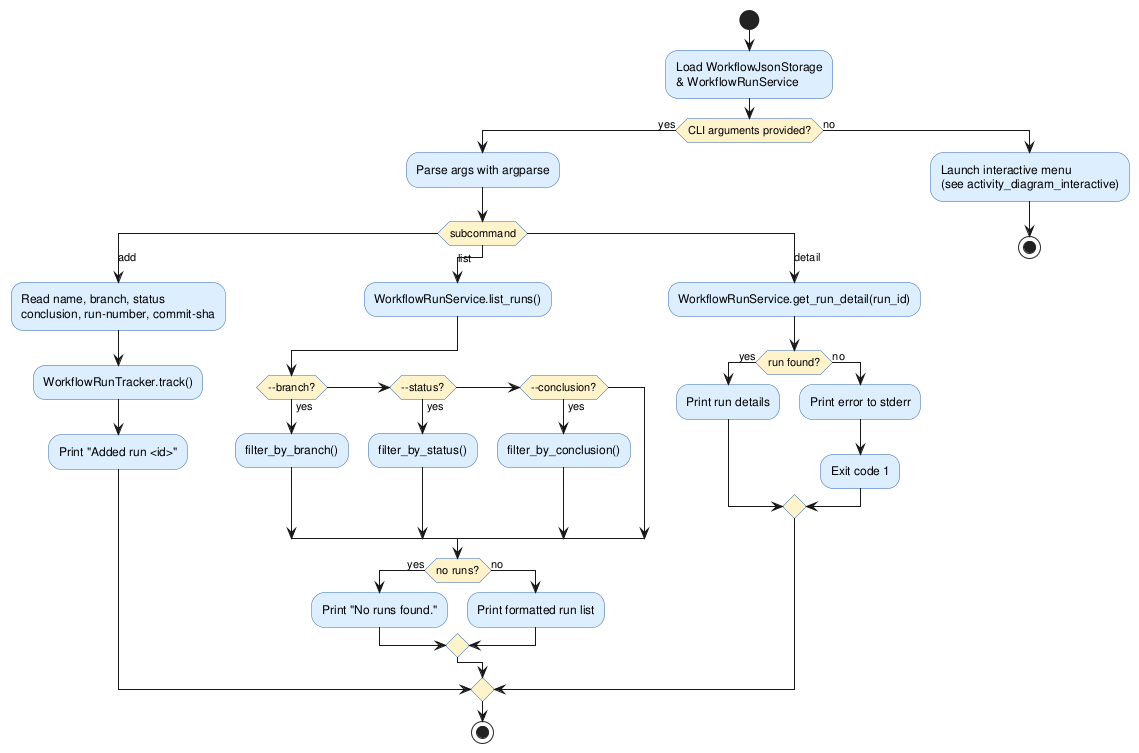
The PlantUML diagram experiments/pipeline/test_driven/github-workflow-manager/artifacts/activity_diagram_main.png in DanielRiha8906/Software_autoevolution_using_agents, before a commit.
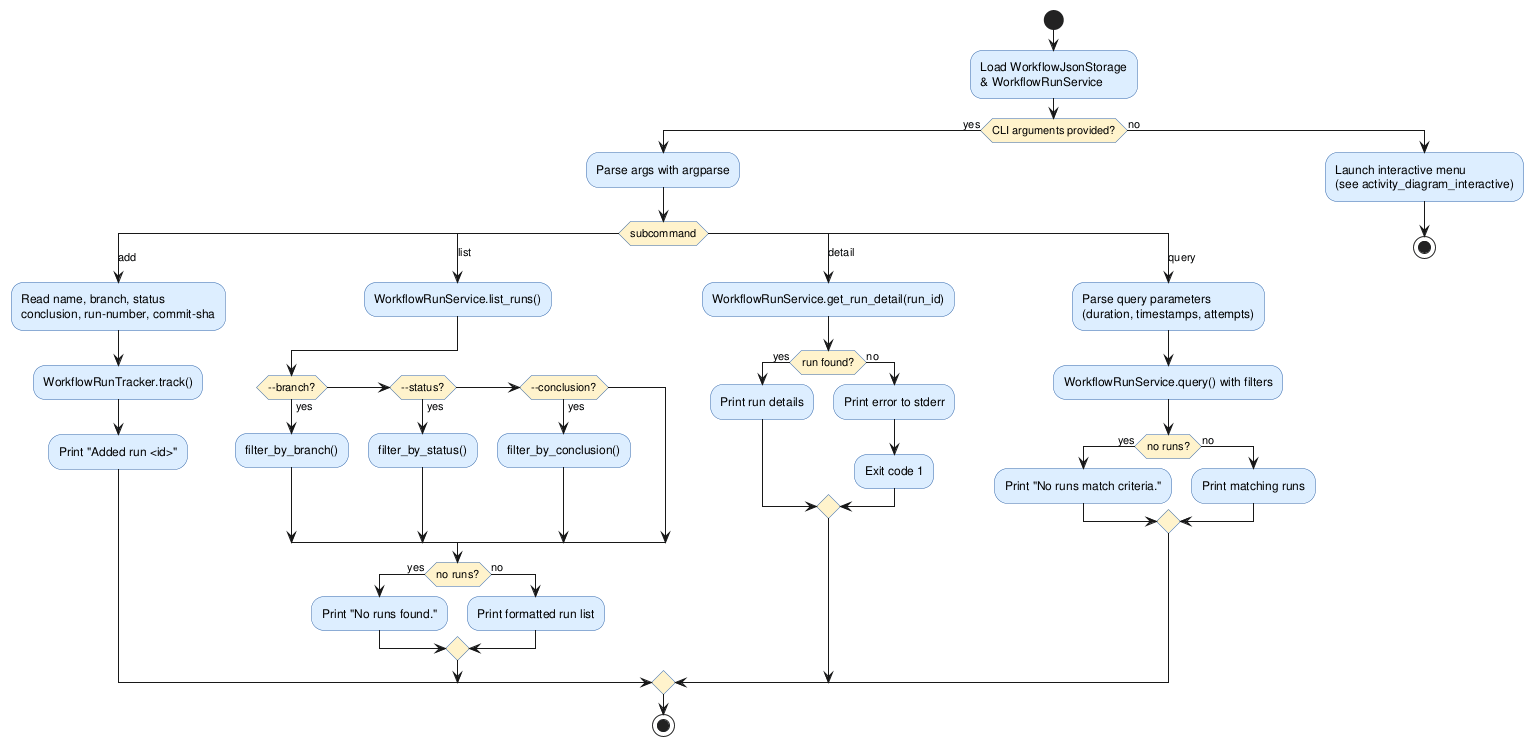
After the change.

What changed in the source:
```diff
@@ -41,6 +41,15 @@
         :Exit code 1;
       endif
 
+    case (query)
+      :Parse query parameters\n(duration, timestamps, attempts);
+      :WorkflowRunService.query() with filters;
+      if (no runs?) then (yes)
+        :Print "No runs match criteria.";
+      else (no)
+        :Print matching runs;
+      endif
+
   endswitch
   stop
 
```
